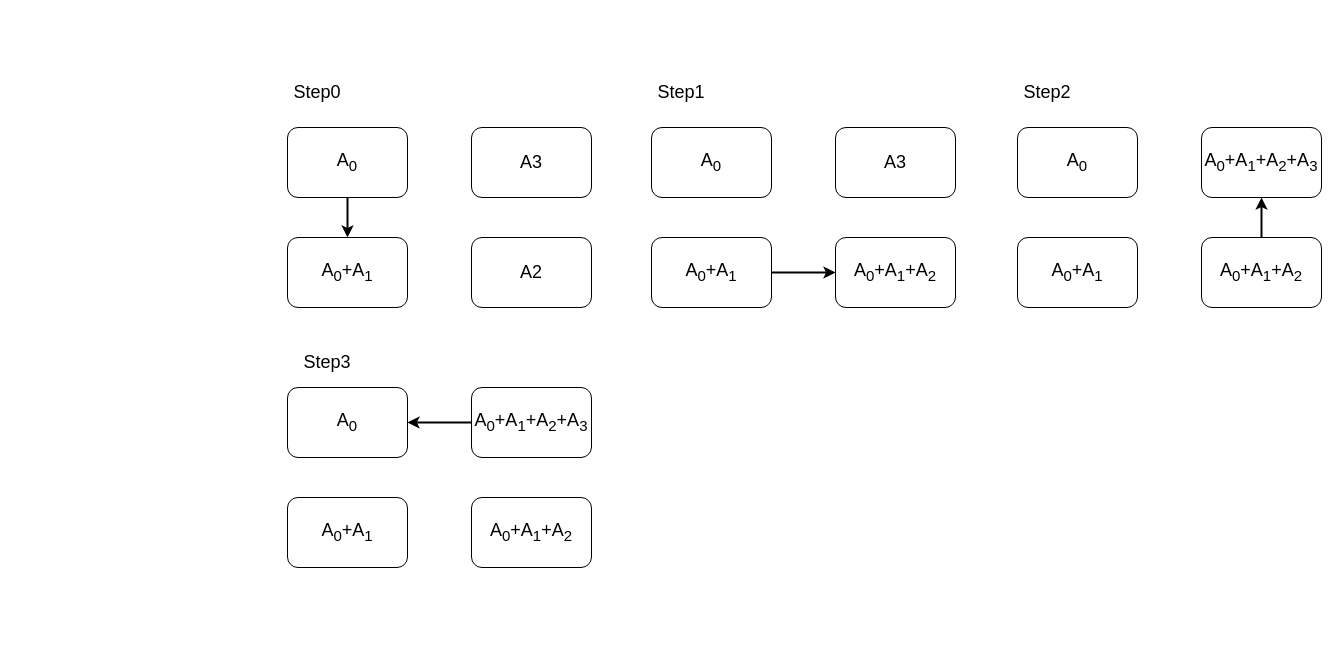
Before: Ring-Allreduce.drawio in abdzhangzeyu/draw.io, a draw.io diagram. Source tidied: cells renumbered, new cells numbered last; positions are measured from the earlier drawing's top-left corner, leaving out a move shared by most shapes. Both pictures are drawn from the tidied source at 100%, with x=0, y=0 at pixel (287, 77).
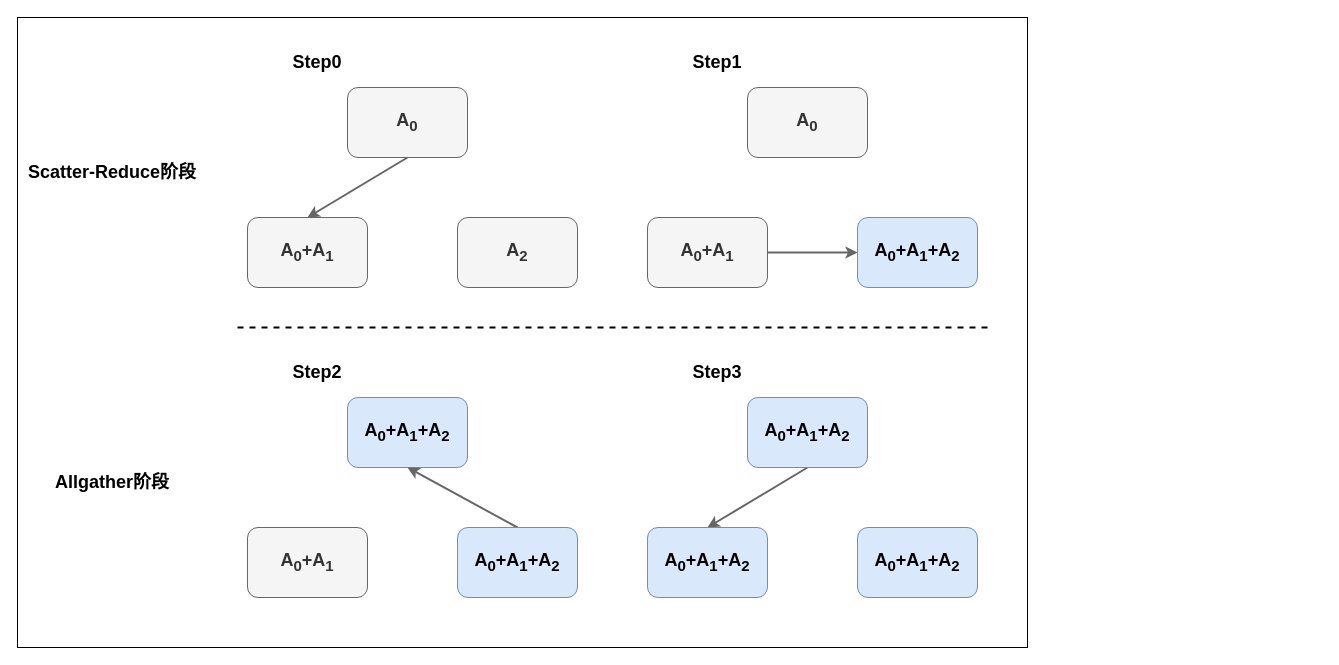
The same diagram, later.

What changed in the source:
```diff
@@
-    <mxCell id="2" style="edgeStyle=none;rounded=0;jettySize=auto;html=1;exitX=0.5;exitY=1;exitDx=0;exitDy=0;entryX=0.5;entryY=0;entryDx=0;entryDy=0;fontSize=18;fontColor=#000000;strokeColor=#000000;strokeWidth=2;" parent="1" edge="1" source="3" target="4">
+    <mxCell id="2" style="edgeStyle=none;rounded=0;jettySize=auto;html=1;exitX=0.5;exitY=1;exitDx=0;exitDy=0;entryX=0.5;entryY=0;entryDx=0;entryDy=0;fontSize=18;fontColor=#000000;strokeColor=#666666;strokeWidth=2;fontStyle=1;fillColor=#f5f5f5;" parent="1" edge="1" source="3" target="4">
       <mxGeometry relative="1" as="geometry" />
     </mxCell>
-    <mxCell id="3" value="A&lt;sub&gt;0&lt;/sub&gt;" style="rounded=1;whiteSpace=wrap;html=1;shadow=0;fontSize=18;" parent="1" vertex="1">
-      <mxGeometry y="50" width="120" height="70" as="geometry" />
+    <mxCell id="3" value="A&lt;sub&gt;0&lt;/sub&gt;" style="rounded=1;whiteSpace=wrap;html=1;shadow=0;fontSize=18;fontStyle=1;fillColor=#f5f5f5;fontColor=#333333;strokeColor=#666666;" parent="1" vertex="1">
+      <mxGeometry x="60" y="10" width="120" height="70" as="geometry" />
     </mxCell>
-    <mxCell id="4" value="A&lt;sub&gt;0&lt;/sub&gt;+A&lt;sub&gt;1&lt;/sub&gt;" style="rounded=1;whiteSpace=wrap;html=1;shadow=0;fontSize=18;" parent="1" vertex="1">
-      <mxGeometry y="160" width="120" height="70" as="geometry" />
+    <mxCell id="4" value="A&lt;sub&gt;0&lt;/sub&gt;+A&lt;sub&gt;1&lt;/sub&gt;" style="rounded=1;whiteSpace=wrap;html=1;shadow=0;fontSize=18;fontStyle=1;fillColor=#f5f5f5;fontColor=#333333;strokeColor=#666666;" parent="1" vertex="1">
+      <mxGeometry x="-40" y="140" width="120" height="70" as="geometry" />
     </mxCell>
-    <mxCell id="5" value="A2" style="rounded=1;whiteSpace=wrap;html=1;shadow=0;fontSize=18;" parent="1" vertex="1">
-      <mxGeometry x="184" y="160" width="120" height="70" as="geometry" />
-    </mxCell>
-    <mxCell id="6" value="A3" style="rounded=1;whiteSpace=wrap;html=1;shadow=0;fontSize=18;" parent="1" vertex="1">
-      <mxGeometry x="184" y="50" width="120" height="70" as="geometry" />
+    <mxCell id="6" value="A&lt;sub&gt;2&lt;/sub&gt;" style="rounded=1;whiteSpace=wrap;html=1;shadow=0;fontSize=18;fontStyle=1;fillColor=#f5f5f5;fontColor=#333333;strokeColor=#666666;" parent="1" vertex="1">
+      <mxGeometry x="170" y="140" width="120" height="70" as="geometry" />
     </mxCell>
-    <mxCell id="7" value="A&lt;sub&gt;0&lt;/sub&gt;" style="rounded=1;whiteSpace=wrap;html=1;shadow=0;fontSize=18;" parent="1" vertex="1">
-      <mxGeometry x="364" y="50" width="120" height="70" as="geometry" />
-    </mxCell>
-    <mxCell id="8" style="edgeStyle=none;rounded=0;jettySize=auto;html=1;exitX=1;exitY=0.5;exitDx=0;exitDy=0;entryX=0;entryY=0.5;entryDx=0;entryDy=0;fontSize=18;fontColor=#000000;strokeColor=#000000;strokeWidth=2;" parent="1" edge="1" source="9" target="10">
-      <mxGeometry relative="1" as="geometry" />
-    </mxCell>
-    <mxCell id="9" value="A&lt;sub&gt;0&lt;/sub&gt;+A&lt;sub&gt;1&lt;/sub&gt;" style="rounded=1;whiteSpace=wrap;html=1;shadow=0;fontSize=18;" parent="1" vertex="1">
-      <mxGeometry x="364" y="160" width="120" height="70" as="geometry" />
-    </mxCell>
-    <mxCell id="10" value="A&lt;sub&gt;0&lt;/sub&gt;+A&lt;sub&gt;1&lt;/sub&gt;+A&lt;sub&gt;2&lt;/sub&gt;" style="rounded=1;whiteSpace=wrap;html=1;shadow=0;fontSize=18;" parent="1" vertex="1">
-      <mxGeometry x="548" y="160" width="120" height="70" as="geometry" />
-    </mxCell>
-    <mxCell id="11" value="A3" style="rounded=1;whiteSpace=wrap;html=1;shadow=0;fontSize=18;" parent="1" vertex="1">
-      <mxGeometry x="548" y="50" width="120" height="70" as="geometry" />
-    </mxCell>
-    <mxCell id="12" value="A&lt;sub&gt;0&lt;/sub&gt;" style="rounded=1;whiteSpace=wrap;html=1;shadow=0;fontSize=18;" parent="1" vertex="1">
-      <mxGeometry x="730" y="50" width="120" height="70" as="geometry" />
-    </mxCell>
-    <mxCell id="13" value="A&lt;sub&gt;0&lt;/sub&gt;+A&lt;sub&gt;1&lt;/sub&gt;" style="rounded=1;whiteSpace=wrap;html=1;shadow=0;fontSize=18;" parent="1" vertex="1">
-      <mxGeometry x="730" y="160" width="120" height="70" as="geometry" />
-    </mxCell>
-    <mxCell id="14" style="edgeStyle=none;rounded=0;jettySize=auto;html=1;exitX=0.5;exitY=0;exitDx=0;exitDy=0;entryX=0.5;entryY=1;entryDx=0;entryDy=0;fontSize=18;fontColor=#000000;strokeColor=#000000;strokeWidth=2;" parent="1" edge="1" source="15" target="16">
-      <mxGeometry relative="1" as="geometry" />
-    </mxCell>
-    <mxCell id="15" value="A&lt;sub&gt;0&lt;/sub&gt;+A&lt;sub&gt;1&lt;/sub&gt;+A&lt;sub&gt;2&lt;/sub&gt;" style="rounded=1;whiteSpace=wrap;html=1;shadow=0;fontSize=18;" parent="1" vertex="1">
-      <mxGeometry x="914" y="160" width="120" height="70" as="geometry" />
-    </mxCell>
-    <mxCell id="16" value="A&lt;sub&gt;0&lt;/sub&gt;+A&lt;sub&gt;1&lt;/sub&gt;+A&lt;sub&gt;2&lt;/sub&gt;+A&lt;sub&gt;3&lt;/sub&gt;" style="rounded=1;whiteSpace=wrap;html=1;shadow=0;fontSize=18;" parent="1" vertex="1">
-      <mxGeometry x="914" y="50" width="120" height="70" as="geometry" />
-    </mxCell>
-    <mxCell id="17" value="Step0" style="text;html=1;strokeColor=none;fillColor=none;align=center;verticalAlign=middle;whiteSpace=wrap;rounded=0;shadow=0;fontSize=18;fontColor=#000000;" parent="1" vertex="1">
-      <mxGeometry width="60" height="30" as="geometry" />
+    <mxCell id="17" value="Step0" style="text;html=1;strokeColor=none;fillColor=none;align=center;verticalAlign=middle;whiteSpace=wrap;rounded=0;shadow=0;fontSize=18;fontColor=#000000;fontStyle=1;" parent="1" vertex="1">
+      <mxGeometry y="-30" width="60" height="30" as="geometry" />
     </mxCell>
+    <mxCell id="26" value="A&lt;sub&gt;0&lt;/sub&gt;" style="rounded=1;whiteSpace=wrap;html=1;shadow=0;fontSize=18;fontStyle=1;fillColor=#f5f5f5;fontColor=#333333;strokeColor=#666666;" parent="1" vertex="1">
+      <mxGeometry x="460" y="10" width="120" height="70" as="geometry" />
+    </mxCell>
+    <mxCell id="27" style="edgeStyle=none;rounded=0;jettySize=auto;html=1;exitX=1;exitY=0.5;exitDx=0;exitDy=0;entryX=0;entryY=0.5;entryDx=0;entryDy=0;fontSize=18;fontColor=#000000;strokeColor=#666666;strokeWidth=2;fillColor=#f5f5f5;" parent="1" edge="1" source="28" target="29">
+      <mxGeometry relative="1" as="geometry" />
+    </mxCell>
+    <mxCell id="28" value="A&lt;sub&gt;0&lt;/sub&gt;+A&lt;sub&gt;1&lt;/sub&gt;" style="rounded=1;whiteSpace=wrap;html=1;shadow=0;fontSize=18;fontStyle=1;fillColor=#f5f5f5;fontColor=#333333;strokeColor=#666666;" parent="1" vertex="1">
+      <mxGeometry x="360" y="140" width="120" height="70" as="geometry" />
+    </mxCell>
+    <mxCell id="29" value="A&lt;sub&gt;0&lt;/sub&gt;+A&lt;sub&gt;1&lt;/sub&gt;+A&lt;sub&gt;2&lt;/sub&gt;" style="rounded=1;whiteSpace=wrap;html=1;shadow=0;fontSize=18;fontStyle=1;fillColor=#dae8fc;strokeColor=#6c8ebf;" parent="1" vertex="1">
+      <mxGeometry x="570" y="140" width="120" height="70" as="geometry" />
+    </mxCell>
-    <mxCell id="18" value="Step1" style="text;html=1;strokeColor=none;fillColor=none;align=center;verticalAlign=middle;whiteSpace=wrap;rounded=0;shadow=0;fontSize=18;fontColor=#000000;" parent="1" vertex="1">
-      <mxGeometry x="364" width="60" height="30" as="geometry" />
+    <mxCell id="18" value="Step1" style="text;html=1;strokeColor=none;fillColor=none;align=center;verticalAlign=middle;whiteSpace=wrap;rounded=0;shadow=0;fontSize=18;fontColor=#000000;fontStyle=1;" parent="1" vertex="1">
+      <mxGeometry x="400" y="-30" width="60" height="30" as="geometry" />
     </mxCell>
+    <mxCell id="30" value="A&lt;sub&gt;0&lt;/sub&gt;+A&lt;sub&gt;1&lt;/sub&gt;+A&lt;sub&gt;2&lt;/sub&gt;" style="rounded=1;whiteSpace=wrap;html=1;shadow=0;fontSize=18;fontStyle=1;fillColor=#dae8fc;strokeColor=#6c8ebf;" parent="1" vertex="1">
+      <mxGeometry x="60" y="320" width="120" height="70" as="geometry" />
+    </mxCell>
+    <mxCell id="31" value="A&lt;sub&gt;0&lt;/sub&gt;+A&lt;sub&gt;1&lt;/sub&gt;" style="rounded=1;whiteSpace=wrap;html=1;shadow=0;fontSize=18;fontStyle=1;fillColor=#f5f5f5;fontColor=#333333;strokeColor=#666666;" parent="1" vertex="1">
+      <mxGeometry x="-40" y="450" width="120" height="70" as="geometry" />
+    </mxCell>
+    <mxCell id="32" style="edgeStyle=none;rounded=0;jettySize=auto;html=1;exitX=0.5;exitY=0;exitDx=0;exitDy=0;entryX=0.5;entryY=1;entryDx=0;entryDy=0;fontSize=18;fontColor=#000000;strokeColor=#666666;strokeWidth=2;fillColor=#f5f5f5;" parent="1" edge="1" source="33" target="30">
+      <mxGeometry relative="1" as="geometry" />
+    </mxCell>
+    <mxCell id="33" value="A&lt;sub&gt;0&lt;/sub&gt;+A&lt;sub&gt;1&lt;/sub&gt;+A&lt;sub&gt;2&lt;/sub&gt;" style="rounded=1;whiteSpace=wrap;html=1;shadow=0;fontSize=18;fontStyle=1;fillColor=#dae8fc;strokeColor=#6c8ebf;" parent="1" vertex="1">
+      <mxGeometry x="170" y="450" width="120" height="70" as="geometry" />
+    </mxCell>
-    <mxCell id="19" value="Step2" style="text;html=1;strokeColor=none;fillColor=none;align=center;verticalAlign=middle;whiteSpace=wrap;rounded=0;shadow=0;fontSize=18;fontColor=#000000;" parent="1" vertex="1">
-      <mxGeometry x="730" width="60" height="30" as="geometry" />
+    <mxCell id="19" value="Step2" style="text;html=1;align=center;verticalAlign=middle;whiteSpace=wrap;rounded=0;shadow=0;fontSize=18;fontStyle=1;" parent="1" vertex="1">
+      <mxGeometry y="280" width="60" height="30" as="geometry" />
     </mxCell>
-    <mxCell id="20" value="A&lt;sub&gt;0&lt;/sub&gt;" style="rounded=1;whiteSpace=wrap;html=1;shadow=0;fontSize=18;" parent="1" vertex="1">
-      <mxGeometry y="310" width="120" height="70" as="geometry" />
-    </mxCell>
-    <mxCell id="21" value="A&lt;sub&gt;0&lt;/sub&gt;+A&lt;sub&gt;1&lt;/sub&gt;" style="rounded=1;whiteSpace=wrap;html=1;shadow=0;fontSize=18;" parent="1" vertex="1">
-      <mxGeometry y="420" width="120" height="70" as="geometry" />
-    </mxCell>
-    <mxCell id="22" value="A&lt;sub&gt;0&lt;/sub&gt;+A&lt;sub&gt;1&lt;/sub&gt;+A&lt;sub&gt;2&lt;/sub&gt;" style="rounded=1;whiteSpace=wrap;html=1;shadow=0;fontSize=18;" parent="1" vertex="1">
-      <mxGeometry x="184" y="420" width="120" height="70" as="geometry" />
-    </mxCell>
-    <mxCell id="23" style="edgeStyle=none;rounded=0;jettySize=auto;html=1;exitX=0;exitY=0.5;exitDx=0;exitDy=0;entryX=1;entryY=0.5;entryDx=0;entryDy=0;fontSize=18;fontColor=#000000;strokeColor=#000000;strokeWidth=2;" parent="1" edge="1" source="24" target="20">
-      <mxGeometry relative="1" as="geometry" />
-    </mxCell>
-    <mxCell id="24" value="A&lt;sub&gt;0&lt;/sub&gt;+A&lt;sub&gt;1&lt;/sub&gt;+A&lt;sub&gt;2&lt;/sub&gt;+A&lt;sub&gt;3&lt;/sub&gt;" style="rounded=1;whiteSpace=wrap;html=1;shadow=0;fontSize=18;" parent="1" vertex="1">
-      <mxGeometry x="184" y="310" width="120" height="70" as="geometry" />
-    </mxCell>
+    <mxCell id="34" style="edgeStyle=none;rounded=0;jettySize=auto;html=1;exitX=0.5;exitY=1;exitDx=0;exitDy=0;entryX=0.5;entryY=0;entryDx=0;entryDy=0;fontSize=18;fontColor=#000000;strokeColor=#666666;strokeWidth=2;fillColor=#f5f5f5;" parent="1" edge="1" source="35" target="36">
+      <mxGeometry relative="1" as="geometry" />
+    </mxCell>
+    <mxCell id="35" value="A&lt;sub&gt;0&lt;/sub&gt;+A&lt;sub&gt;1&lt;/sub&gt;+A&lt;sub&gt;2&lt;/sub&gt;" style="rounded=1;whiteSpace=wrap;html=1;shadow=0;fontSize=18;fontStyle=1;fillColor=#dae8fc;strokeColor=#6c8ebf;" parent="1" vertex="1">
+      <mxGeometry x="460" y="320" width="120" height="70" as="geometry" />
+    </mxCell>
+    <mxCell id="36" value="A&lt;sub&gt;0&lt;/sub&gt;+A&lt;sub&gt;1&lt;/sub&gt;+A&lt;sub&gt;2&lt;/sub&gt;" style="rounded=1;whiteSpace=wrap;html=1;shadow=0;fontSize=18;fontStyle=1;fillColor=#dae8fc;strokeColor=#6c8ebf;" parent="1" vertex="1">
+      <mxGeometry x="360" y="450" width="120" height="70" as="geometry" />
+    </mxCell>
+    <mxCell id="37" value="A&lt;sub&gt;0&lt;/sub&gt;+A&lt;sub&gt;1&lt;/sub&gt;+A&lt;sub&gt;2&lt;/sub&gt;" style="rounded=1;whiteSpace=wrap;html=1;shadow=0;fontSize=18;fontStyle=1;fillColor=#dae8fc;strokeColor=#6c8ebf;" parent="1" vertex="1">
+      <mxGeometry x="570" y="450" width="120" height="70" as="geometry" />
+    </mxCell>
-    <mxCell id="25" value="Step3" style="text;html=1;strokeColor=none;fillColor=none;align=center;verticalAlign=middle;whiteSpace=wrap;rounded=0;shadow=0;fontSize=18;fontColor=#000000;" parent="1" vertex="1">
-      <mxGeometry x="10" y="270" width="60" height="30" as="geometry" />
+    <mxCell id="25" value="Step3" style="text;html=1;align=center;verticalAlign=middle;whiteSpace=wrap;rounded=0;shadow=0;fontSize=18;fontStyle=1;" parent="1" vertex="1">
+      <mxGeometry x="400" y="280" width="60" height="30" as="geometry" />
     </mxCell>
+    <mxCell id="38" value="&lt;b&gt;Scatter-Reduce阶段&lt;/b&gt;" style="text;html=1;strokeColor=none;fillColor=none;align=center;verticalAlign=middle;whiteSpace=wrap;rounded=0;shadow=0;fontSize=18;fontColor=#000000;" parent="1" vertex="1">
+      <mxGeometry x="-270" y="80" width="190" height="30" as="geometry" />
+    </mxCell>
+    <mxCell id="39" style="endArrow=none;dashed=1;html=1;rounded=0;fontSize=18;fontColor=#000000;strokeColor=#000000;strokeWidth=2;" parent="1" edge="1">
+      <mxGeometry relative="1" as="geometry">
+        <mxPoint x="-50" y="250" as="sourcePoint" />
+        <mxPoint x="700" y="250" as="targetPoint" />
+      </mxGeometry>
+    </mxCell>
+    <mxCell id="40" value="&lt;b&gt;Allgather阶段&lt;/b&gt;" style="text;html=1;strokeColor=none;fillColor=none;align=center;verticalAlign=middle;whiteSpace=wrap;rounded=0;shadow=0;fontSize=18;fontColor=#000000;" parent="1" vertex="1">
+      <mxGeometry x="-270" y="390" width="190" height="30" as="geometry" />
+    </mxCell>
+    <mxCell id="41" style="rounded=0;whiteSpace=wrap;html=1;shadow=0;fontSize=18;fillColor=none;" parent="1" vertex="1">
+      <mxGeometry x="-270" y="-60" width="1010" height="630" as="geometry" />
+    </mxCell>
```
